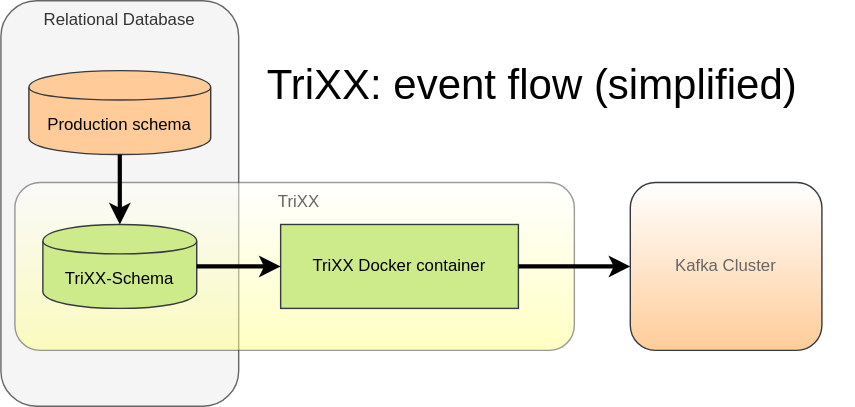
osp-ottogroup/movex-cdc keeps this draw.io diagram as doc/images/trixx_event_flow.svg. Above is the earlier version. Source tidied: cells renumbered, new cells last; positions are measured from the earlier drawing's top-left corner, leaving out a move shared by most shapes. The source it was exported from:
```xml
<mxGraphModel background="#ffffff">
  <root>
    <mxCell id="0" />
    <mxCell id="1" parent="0" />
    <mxCell id="2" value="Relational Database" style="rounded=1;whiteSpace=wrap;html=1;align=center;verticalAlign=top;labelBackgroundColor=none;fillColor=#f5f5f5;strokeColor=#666666;gradientDirection=north;fontColor=#333333;" parent="1" vertex="1">
      <mxGeometry width="170" height="290" as="geometry" />
    </mxCell>
    <mxCell id="3" value="&lt;font color=&quot;#666666&quot;&gt;Kafka Cluster&lt;/font&gt;" style="rounded=1;whiteSpace=wrap;html=1;align=center;verticalAlign=middle;labelBackgroundColor=none;fillColor=#ffcc99;strokeColor=#36393d;gradientColor=#ffffff;gradientDirection=north;" parent="1" vertex="1">
      <mxGeometry x="450" y="130" width="137" height="120" as="geometry" />
    </mxCell>
    <mxCell id="4" value="&lt;font color=&quot;#666666&quot;&gt;&amp;nbsp; TriXX&lt;br&gt;&lt;/font&gt;" style="rounded=1;whiteSpace=wrap;html=1;align=center;verticalAlign=top;labelBackgroundColor=none;fillColor=#ffff88;strokeColor=#36393d;gradientColor=#ffffff;gradientDirection=north;glass=0;opacity=50;" parent="1" vertex="1">
      <mxGeometry x="10" y="130" width="400" height="120" as="geometry" />
    </mxCell>
    <mxCell id="5" value="TriXX-Schema" style="shape=cylinder;whiteSpace=wrap;html=1;boundedLbl=1;backgroundOutline=1;labelBackgroundColor=none;align=center;fillColor=#cdeb8b;strokeColor=#36393d;" parent="1" vertex="1">
      <mxGeometry x="30" y="160" width="110" height="60" as="geometry" />
    </mxCell>
    <mxCell id="6" value="Production schema" style="shape=cylinder;whiteSpace=wrap;html=1;boundedLbl=1;backgroundOutline=1;labelBackgroundColor=none;align=center;fillColor=#ffcc99;strokeColor=#36393d;" parent="1" vertex="1">
      <mxGeometry x="20" y="50" width="130" height="60" as="geometry" />
    </mxCell>
    <mxCell id="7" style="edgeStyle=orthogonalEdgeStyle;rounded=1;jettySize=auto;html=1;exitX=0.5;exitY=1;exitDx=0;exitDy=0;strokeWidth=3;" parent="1" edge="1" source="6" target="5">
      <mxGeometry x="-0.24" relative="1" as="geometry" />
    </mxCell>
    <mxCell id="8" value="TriXX Docker container" style="rounded=0;whiteSpace=wrap;html=1;glass=0;align=center;fillColor=#cdeb8b;strokeColor=#36393d;" parent="1" vertex="1">
      <mxGeometry x="200" y="160" width="170" height="60" as="geometry" />
    </mxCell>
    <mxCell id="9" style="edgeStyle=orthogonalEdgeStyle;rounded=1;jettySize=auto;html=1;strokeWidth=3;entryX=0;entryY=0.5;entryDx=0;entryDy=0;" parent="1" edge="1" source="5" target="8">
      <mxGeometry x="-0.24" relative="1" as="geometry" />
    </mxCell>
    <mxCell id="10" style="edgeStyle=orthogonalEdgeStyle;rounded=1;jettySize=auto;html=1;strokeWidth=3;" parent="1" edge="1" source="8" target="3">
      <mxGeometry x="-0.24" relative="1" as="geometry" />
    </mxCell>
    <mxCell id="11" value="TriXX: event flow (simplified)" style="text;html=1;strokeColor=none;fillColor=none;align=center;verticalAlign=middle;whiteSpace=wrap;rounded=0;glass=0;fontSize=30;" parent="1" vertex="1">
      <mxGeometry x="150" y="40" width="460" height="40" as="geometry" />
    </mxCell>
  </root>
</mxGraphModel>
```
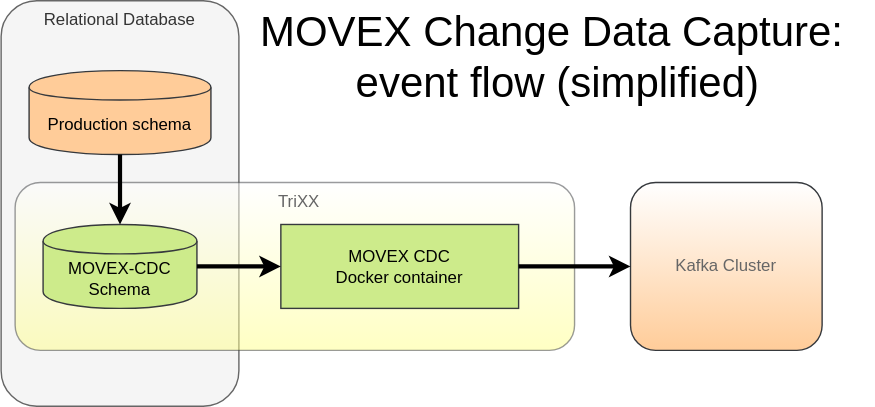
The same diagram one commit later.

Diff of the diagram source:
```diff
@@ -11,7 +11,7 @@
     <mxCell id="4" value="&lt;font color=&quot;#666666&quot;&gt;&amp;nbsp; TriXX&lt;br&gt;&lt;/font&gt;" style="rounded=1;whiteSpace=wrap;html=1;align=center;verticalAlign=top;labelBackgroundColor=none;fillColor=#ffff88;strokeColor=#36393d;gradientColor=#ffffff;gradientDirection=north;glass=0;opacity=50;" parent="1" vertex="1">
       <mxGeometry x="10" y="130" width="400" height="120" as="geometry" />
     </mxCell>
-    <mxCell id="5" value="TriXX-Schema" style="shape=cylinder;whiteSpace=wrap;html=1;boundedLbl=1;backgroundOutline=1;labelBackgroundColor=none;align=center;fillColor=#cdeb8b;strokeColor=#36393d;" parent="1" vertex="1">
+    <mxCell id="5" value="MOVEX-CDC&lt;br&gt;Schema" style="shape=cylinder;whiteSpace=wrap;html=1;boundedLbl=1;backgroundOutline=1;labelBackgroundColor=none;align=center;fillColor=#cdeb8b;strokeColor=#36393d;" parent="1" vertex="1">
       <mxGeometry x="30" y="160" width="110" height="60" as="geometry" />
     </mxCell>
     <mxCell id="6" value="Production schema" style="shape=cylinder;whiteSpace=wrap;html=1;boundedLbl=1;backgroundOutline=1;labelBackgroundColor=none;align=center;fillColor=#ffcc99;strokeColor=#36393d;" parent="1" vertex="1">
@@ -20,7 +20,7 @@
     <mxCell id="7" style="edgeStyle=orthogonalEdgeStyle;rounded=1;jettySize=auto;html=1;exitX=0.5;exitY=1;exitDx=0;exitDy=0;strokeWidth=3;" parent="1" edge="1" source="6" target="5">
       <mxGeometry x="-0.24" relative="1" as="geometry" />
     </mxCell>
-    <mxCell id="8" value="TriXX Docker container" style="rounded=0;whiteSpace=wrap;html=1;glass=0;align=center;fillColor=#cdeb8b;strokeColor=#36393d;" parent="1" vertex="1">
+    <mxCell id="8" value="MOVEX CDC&lt;br&gt;Docker container" style="rounded=0;whiteSpace=wrap;html=1;glass=0;align=center;fillColor=#cdeb8b;strokeColor=#36393d;" parent="1" vertex="1">
       <mxGeometry x="200" y="160" width="170" height="60" as="geometry" />
     </mxCell>
     <mxCell id="9" style="edgeStyle=orthogonalEdgeStyle;rounded=1;jettySize=auto;html=1;strokeWidth=3;entryX=0;entryY=0.5;entryDx=0;entryDy=0;" parent="1" edge="1" source="5" target="8">
@@ -29,8 +29,8 @@
     <mxCell id="10" style="edgeStyle=orthogonalEdgeStyle;rounded=1;jettySize=auto;html=1;strokeWidth=3;" parent="1" edge="1" source="8" target="3">
       <mxGeometry x="-0.24" relative="1" as="geometry" />
     </mxCell>
-    <mxCell id="11" value="TriXX: event flow (simplified)" style="text;html=1;strokeColor=none;fillColor=none;align=center;verticalAlign=middle;whiteSpace=wrap;rounded=0;glass=0;fontSize=30;" parent="1" vertex="1">
-      <mxGeometry x="150" y="40" width="460" height="40" as="geometry" />
+    <mxCell id="11" value="MOVEX Change Data Capture:&lt;br&gt;&amp;nbsp;event flow (simplified)" style="text;html=1;strokeColor=none;fillColor=none;align=center;verticalAlign=middle;whiteSpace=wrap;rounded=0;glass=0;fontSize=30;" parent="1" vertex="1">
+      <mxGeometry x="164" y="20" width="460" height="40" as="geometry" />
     </mxCell>
   </root>
 </mxGraphModel>
```
